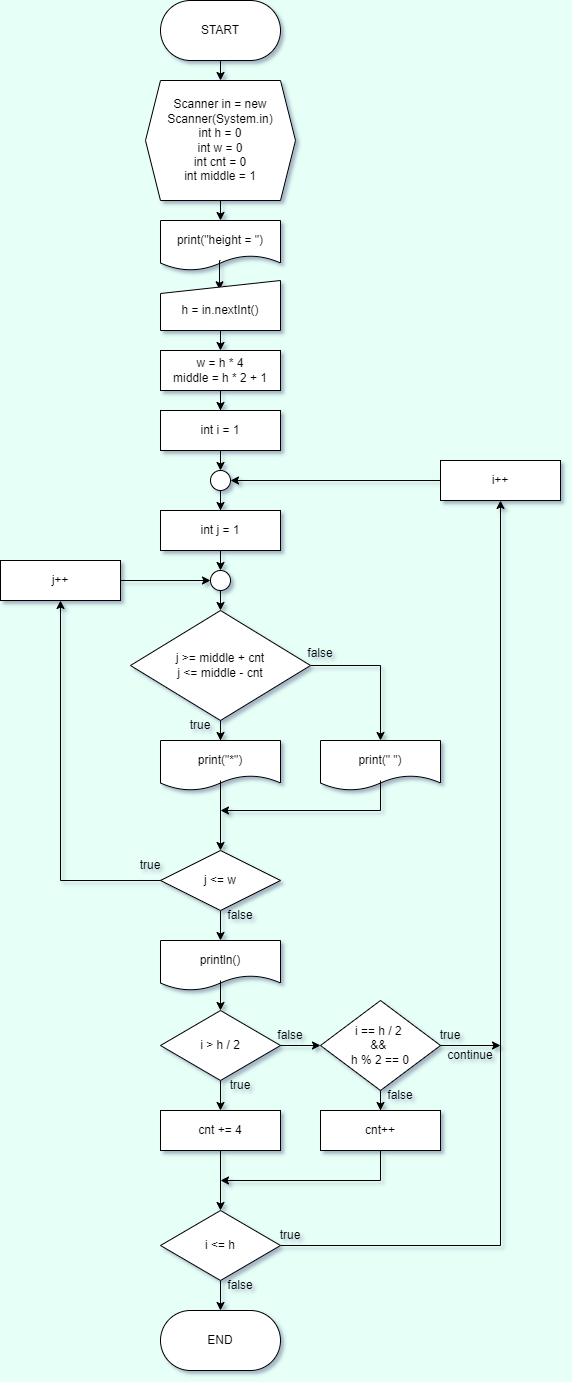
Earlier version of the draw.io export src/FlowChartImage/MakeShape_6.png (RepiDot/Individual). Source tidied: cells renumbered, new cells last; positions are measured from the earlier drawing's top-left corner, leaving out a move shared by most shapes. The source it was exported from:
```xml
<mxGraphModel background="#E6FFF7" shadow="1">
  <root>
    <mxCell id="0" />
    <mxCell id="1" parent="0" />
    <mxCell id="2" style="rounded=1;whiteSpace=wrap;html=1;arcSize=50;" parent="1" vertex="1">
      <mxGeometry x="160" width="120" height="60" as="geometry" />
    </mxCell>
    <mxCell id="3" style="edgeStyle=orthogonalEdgeStyle;rounded=0;jettySize=auto;html=1;exitX=0.5;exitY=1;exitDx=0;exitDy=0;entryX=0.5;entryY=0;entryDx=0;entryDy=0;" parent="1" edge="1" source="4" target="6">
      <mxGeometry relative="1" as="geometry" />
    </mxCell>
    <mxCell id="4" value="START" style="text;html=1;strokeColor=none;fillColor=none;align=center;verticalAlign=middle;whiteSpace=wrap;rounded=0;" parent="1" vertex="1">
      <mxGeometry x="160" width="120" height="60" as="geometry" />
    </mxCell>
    <mxCell id="5" style="edgeStyle=orthogonalEdgeStyle;rounded=0;jettySize=auto;html=1;exitX=0.5;exitY=1;exitDx=0;exitDy=0;entryX=0.5;entryY=0;entryDx=0;entryDy=0;" parent="1" edge="1" source="6" target="7">
      <mxGeometry relative="1" as="geometry" />
    </mxCell>
    <mxCell id="6" value="Scanner in = new Scanner(System.in)&lt;br&gt;int h = 0&lt;br&gt;int w = 0&lt;br&gt;int cnt = 0&lt;br&gt;int middle = 1" style="shape=hexagon;perimeter=hexagonPerimeter2;whiteSpace=wrap;html=1;fixedSize=1;size=15;" parent="1" vertex="1">
      <mxGeometry x="145" y="80" width="150" height="120" as="geometry" />
    </mxCell>
    <mxCell id="7" style="shape=document;whiteSpace=wrap;html=1;boundedLbl=1;" parent="1" vertex="1">
      <mxGeometry x="160" y="220" width="120" height="50" as="geometry" />
    </mxCell>
    <mxCell id="8" style="edgeStyle=orthogonalEdgeStyle;rounded=0;jettySize=auto;html=1;exitX=0.5;exitY=1;exitDx=0;exitDy=0;entryX=0.492;entryY=0.186;entryDx=0;entryDy=0;entryPerimeter=0;" parent="1" edge="1" source="9" target="10">
      <mxGeometry relative="1" as="geometry" />
    </mxCell>
    <mxCell id="9" value="print(&quot;height = &quot;)" style="text;html=1;strokeColor=none;fillColor=none;align=center;verticalAlign=middle;whiteSpace=wrap;rounded=0;" parent="1" vertex="1">
      <mxGeometry x="160" y="220" width="120" height="40" as="geometry" />
    </mxCell>
    <mxCell id="10" style="shape=manualInput;whiteSpace=wrap;html=1;size=13;" parent="1" vertex="1">
      <mxGeometry x="160" y="280" width="120" height="50" as="geometry" />
    </mxCell>
    <mxCell id="11" style="edgeStyle=orthogonalEdgeStyle;rounded=0;jettySize=auto;html=1;exitX=0.5;exitY=1;exitDx=0;exitDy=0;entryX=0.5;entryY=0;entryDx=0;entryDy=0;" parent="1" edge="1" source="12" target="13">
      <mxGeometry relative="1" as="geometry" />
    </mxCell>
    <mxCell id="12" value="h = in.nextInt()" style="text;html=1;strokeColor=none;fillColor=none;align=center;verticalAlign=middle;whiteSpace=wrap;rounded=0;" parent="1" vertex="1">
      <mxGeometry x="160" y="290" width="120" height="40" as="geometry" />
    </mxCell>
    <mxCell id="13" style="rounded=0;whiteSpace=wrap;html=1;" parent="1" vertex="1">
      <mxGeometry x="160" y="350" width="120" height="40" as="geometry" />
    </mxCell>
    <mxCell id="14" style="edgeStyle=orthogonalEdgeStyle;rounded=0;jettySize=auto;html=1;entryX=0.5;entryY=0;entryDx=0;entryDy=0;" parent="1" edge="1" source="15" target="20">
      <mxGeometry relative="1" as="geometry" />
    </mxCell>
    <mxCell id="15" value="w = h * 4&lt;br&gt;middle = h * 2 + 1" style="text;html=1;strokeColor=none;fillColor=none;align=center;verticalAlign=middle;whiteSpace=wrap;rounded=0;" parent="1" vertex="1">
      <mxGeometry x="160" y="350" width="120" height="40" as="geometry" />
    </mxCell>
    <mxCell id="16" style="edgeStyle=orthogonalEdgeStyle;rounded=0;jettySize=auto;html=1;" parent="1" edge="1" source="17" target="23">
      <mxGeometry relative="1" as="geometry" />
    </mxCell>
    <mxCell id="17" style="ellipse;whiteSpace=wrap;html=1;" parent="1" vertex="1">
      <mxGeometry x="210" y="470" width="20" height="20" as="geometry" />
    </mxCell>
    <mxCell id="18" style="rounded=0;whiteSpace=wrap;html=1;" parent="1" vertex="1">
      <mxGeometry x="160" y="410" width="120" height="40" as="geometry" />
    </mxCell>
    <mxCell id="19" style="edgeStyle=orthogonalEdgeStyle;rounded=0;jettySize=auto;html=1;exitX=0.5;exitY=1;exitDx=0;exitDy=0;entryX=0.5;entryY=0;entryDx=0;entryDy=0;" parent="1" edge="1" source="20" target="17">
      <mxGeometry relative="1" as="geometry" />
    </mxCell>
    <mxCell id="20" value="int i = 1" style="text;html=1;strokeColor=none;fillColor=none;align=center;verticalAlign=middle;whiteSpace=wrap;rounded=0;" parent="1" vertex="1">
      <mxGeometry x="160" y="410" width="120" height="40" as="geometry" />
    </mxCell>
    <mxCell id="21" style="rounded=0;whiteSpace=wrap;html=1;" parent="1" vertex="1">
      <mxGeometry x="160" y="510" width="120" height="40" as="geometry" />
    </mxCell>
    <mxCell id="22" style="edgeStyle=orthogonalEdgeStyle;rounded=0;jettySize=auto;html=1;exitX=0.5;exitY=1;exitDx=0;exitDy=0;entryX=0.5;entryY=0;entryDx=0;entryDy=0;" parent="1" edge="1" source="23" target="25">
      <mxGeometry relative="1" as="geometry" />
    </mxCell>
    <mxCell id="23" value="int j = 1" style="text;html=1;strokeColor=none;fillColor=none;align=center;verticalAlign=middle;whiteSpace=wrap;rounded=0;" parent="1" vertex="1">
      <mxGeometry x="160" y="510" width="120" height="40" as="geometry" />
    </mxCell>
    <mxCell id="24" style="edgeStyle=orthogonalEdgeStyle;rounded=0;jettySize=auto;html=1;exitX=0.5;exitY=1;exitDx=0;exitDy=0;entryX=0.5;entryY=0;entryDx=0;entryDy=0;" parent="1" edge="1" source="25" target="28">
      <mxGeometry relative="1" as="geometry" />
    </mxCell>
    <mxCell id="25" style="ellipse;whiteSpace=wrap;html=1;" parent="1" vertex="1">
      <mxGeometry x="210" y="570" width="20" height="20" as="geometry" />
    </mxCell>
    <mxCell id="26" style="edgeStyle=orthogonalEdgeStyle;rounded=0;jettySize=auto;html=1;entryX=0.5;entryY=0;entryDx=0;entryDy=0;" parent="1" edge="1" source="28" target="32">
      <mxGeometry relative="1" as="geometry" />
    </mxCell>
    <mxCell id="27" style="edgeStyle=orthogonalEdgeStyle;rounded=0;jettySize=auto;html=1;exitX=1;exitY=0.5;exitDx=0;exitDy=0;entryX=0.5;entryY=0;entryDx=0;entryDy=0;" parent="1" edge="1" source="28" target="36">
      <mxGeometry relative="1" as="geometry" />
    </mxCell>
    <mxCell id="28" style="rhombus;whiteSpace=wrap;html=1;" parent="1" vertex="1">
      <mxGeometry x="130" y="610" width="180" height="110" as="geometry" />
    </mxCell>
    <mxCell id="29" value="j &amp;gt;= middle + cnt&lt;br&gt;j &amp;lt;= middle - cnt" style="text;html=1;strokeColor=none;fillColor=none;align=center;verticalAlign=middle;whiteSpace=wrap;rounded=0;" parent="1" vertex="1">
      <mxGeometry x="160" y="637.5" width="120" height="55" as="geometry" />
    </mxCell>
    <mxCell id="30" style="shape=document;whiteSpace=wrap;html=1;boundedLbl=1;" parent="1" vertex="1">
      <mxGeometry x="160" y="740" width="120" height="50" as="geometry" />
    </mxCell>
    <mxCell id="31" style="edgeStyle=orthogonalEdgeStyle;rounded=0;jettySize=auto;html=1;exitX=0.5;exitY=1;exitDx=0;exitDy=0;entryX=0.5;entryY=0;entryDx=0;entryDy=0;" parent="1" edge="1" source="32" target="42">
      <mxGeometry relative="1" as="geometry" />
    </mxCell>
    <mxCell id="32" value="print(&quot;*&quot;)" style="text;html=1;strokeColor=none;fillColor=none;align=center;verticalAlign=middle;whiteSpace=wrap;rounded=0;" parent="1" vertex="1">
      <mxGeometry x="160" y="740" width="120" height="40" as="geometry" />
    </mxCell>
    <mxCell id="33" value="true" style="text;html=1;strokeColor=none;fillColor=none;align=center;verticalAlign=middle;whiteSpace=wrap;rounded=0;" parent="1" vertex="1">
      <mxGeometry x="170" y="710" width="60" height="30" as="geometry" />
    </mxCell>
    <mxCell id="34" style="shape=document;whiteSpace=wrap;html=1;boundedLbl=1;" parent="1" vertex="1">
      <mxGeometry x="320" y="740" width="120" height="50" as="geometry" />
    </mxCell>
    <mxCell id="35" style="edgeStyle=orthogonalEdgeStyle;rounded=0;jettySize=auto;html=1;exitX=0.5;exitY=1;exitDx=0;exitDy=0;" parent="1" edge="1" source="36">
      <mxGeometry relative="1" as="geometry">
        <mxPoint x="220" y="810" as="targetPoint" />
        <Array as="points">
          <mxPoint x="380" y="810" />
        </Array>
      </mxGeometry>
    </mxCell>
    <mxCell id="36" value="print(&quot; &quot;)" style="text;html=1;strokeColor=none;fillColor=none;align=center;verticalAlign=middle;whiteSpace=wrap;rounded=0;" parent="1" vertex="1">
      <mxGeometry x="320" y="740" width="120" height="40" as="geometry" />
    </mxCell>
    <mxCell id="37" value="false" style="text;html=1;strokeColor=none;fillColor=none;align=center;verticalAlign=middle;whiteSpace=wrap;rounded=0;" parent="1" vertex="1">
      <mxGeometry x="290" y="637.5" width="60" height="30" as="geometry" />
    </mxCell>
    <mxCell id="38" style="shape=document;whiteSpace=wrap;html=1;boundedLbl=1;" parent="1" vertex="1">
      <mxGeometry x="160" y="940" width="120" height="50" as="geometry" />
    </mxCell>
    <mxCell id="39" style="edgeStyle=orthogonalEdgeStyle;rounded=0;jettySize=auto;html=1;exitX=0.5;exitY=1;exitDx=0;exitDy=0;entryX=0.5;entryY=0;entryDx=0;entryDy=0;" parent="1" edge="1" source="40" target="51">
      <mxGeometry relative="1" as="geometry" />
    </mxCell>
    <mxCell id="40" value="println()" style="text;html=1;strokeColor=none;fillColor=none;align=center;verticalAlign=middle;whiteSpace=wrap;rounded=0;" parent="1" vertex="1">
      <mxGeometry x="160" y="940" width="120" height="40" as="geometry" />
    </mxCell>
    <mxCell id="41" style="edgeStyle=orthogonalEdgeStyle;rounded=0;jettySize=auto;html=1;entryX=0.5;entryY=0;entryDx=0;entryDy=0;" parent="1" edge="1" source="42" target="40">
      <mxGeometry relative="1" as="geometry" />
    </mxCell>
    <mxCell id="42" style="rhombus;whiteSpace=wrap;html=1;" parent="1" vertex="1">
      <mxGeometry x="160" y="850" width="120" height="60" as="geometry" />
    </mxCell>
    <mxCell id="43" style="edgeStyle=orthogonalEdgeStyle;rounded=0;jettySize=auto;html=1;exitX=0;exitY=0.5;exitDx=0;exitDy=0;entryX=0.5;entryY=1;entryDx=0;entryDy=0;" parent="1" edge="1" source="44" target="47">
      <mxGeometry relative="1" as="geometry" />
    </mxCell>
    <mxCell id="44" value="j &amp;lt;= w" style="text;html=1;strokeColor=none;fillColor=none;align=center;verticalAlign=middle;whiteSpace=wrap;rounded=0;" parent="1" vertex="1">
      <mxGeometry x="160" y="860" width="120" height="40" as="geometry" />
    </mxCell>
    <mxCell id="45" style="rounded=0;whiteSpace=wrap;html=1;" parent="1" vertex="1">
      <mxGeometry y="560" width="120" height="40" as="geometry" />
    </mxCell>
    <mxCell id="46" style="edgeStyle=orthogonalEdgeStyle;rounded=0;jettySize=auto;html=1;exitX=1;exitY=0.5;exitDx=0;exitDy=0;entryX=0;entryY=0.5;entryDx=0;entryDy=0;" parent="1" edge="1" source="47" target="25">
      <mxGeometry relative="1" as="geometry" />
    </mxCell>
    <mxCell id="47" value="j++" style="text;html=1;strokeColor=none;fillColor=none;align=center;verticalAlign=middle;whiteSpace=wrap;rounded=0;" parent="1" vertex="1">
      <mxGeometry y="560" width="120" height="40" as="geometry" />
    </mxCell>
    <mxCell id="48" value="true" style="text;html=1;strokeColor=none;fillColor=none;align=center;verticalAlign=middle;whiteSpace=wrap;rounded=0;" parent="1" vertex="1">
      <mxGeometry x="120" y="850" width="60" height="30" as="geometry" />
    </mxCell>
    <mxCell id="49" value="false" style="text;html=1;strokeColor=none;fillColor=none;align=center;verticalAlign=middle;whiteSpace=wrap;rounded=0;" parent="1" vertex="1">
      <mxGeometry x="210" y="900" width="60" height="30" as="geometry" />
    </mxCell>
    <mxCell id="50" style="edgeStyle=orthogonalEdgeStyle;rounded=0;jettySize=auto;html=1;" parent="1" edge="1" source="51" target="54">
      <mxGeometry relative="1" as="geometry" />
    </mxCell>
    <mxCell id="51" style="rhombus;whiteSpace=wrap;html=1;" parent="1" vertex="1">
      <mxGeometry x="160" y="1010" width="120" height="70" as="geometry" />
    </mxCell>
    <mxCell id="52" style="edgeStyle=orthogonalEdgeStyle;rounded=0;jettySize=auto;html=1;" parent="1" edge="1" source="53" target="59">
      <mxGeometry relative="1" as="geometry" />
    </mxCell>
    <mxCell id="53" value="i &amp;gt; h / 2" style="text;html=1;strokeColor=none;fillColor=none;align=center;verticalAlign=middle;whiteSpace=wrap;rounded=0;" parent="1" vertex="1">
      <mxGeometry x="160" y="1025" width="120" height="40" as="geometry" />
    </mxCell>
    <mxCell id="54" style="whiteSpace=wrap;html=1;" parent="1" vertex="1">
      <mxGeometry x="160" y="1110" width="120" height="40" as="geometry" />
    </mxCell>
    <mxCell id="55" style="edgeStyle=orthogonalEdgeStyle;rounded=0;jettySize=auto;html=1;" parent="1" edge="1" source="56" target="66">
      <mxGeometry relative="1" as="geometry" />
    </mxCell>
    <mxCell id="56" value="cnt += 4" style="text;html=1;strokeColor=none;fillColor=none;align=center;verticalAlign=middle;whiteSpace=wrap;rounded=0;" parent="1" vertex="1">
      <mxGeometry x="160" y="1110" width="120" height="40" as="geometry" />
    </mxCell>
    <mxCell id="57" value="true" style="text;html=1;strokeColor=none;fillColor=none;align=center;verticalAlign=middle;whiteSpace=wrap;rounded=0;" parent="1" vertex="1">
      <mxGeometry x="210" y="1070" width="60" height="30" as="geometry" />
    </mxCell>
    <mxCell id="58" style="edgeStyle=orthogonalEdgeStyle;rounded=0;jettySize=auto;html=1;" parent="1" edge="1" source="59" target="72">
      <mxGeometry relative="1" as="geometry" />
    </mxCell>
    <mxCell id="59" style="rhombus;whiteSpace=wrap;html=1;" parent="1" vertex="1">
      <mxGeometry x="320" y="1000" width="120" height="90" as="geometry" />
    </mxCell>
    <mxCell id="60" style="edgeStyle=orthogonalEdgeStyle;rounded=0;jettySize=auto;html=1;exitX=1;exitY=0.5;exitDx=0;exitDy=0;" parent="1" edge="1" source="61">
      <mxGeometry relative="1" as="geometry">
        <mxPoint x="500" y="1045" as="targetPoint" />
      </mxGeometry>
    </mxCell>
    <mxCell id="61" value="i == h / 2 &lt;br&gt;&amp;amp;&amp;amp; &lt;br&gt;h % 2 == 0" style="text;html=1;strokeColor=none;fillColor=none;align=center;verticalAlign=middle;whiteSpace=wrap;rounded=0;" parent="1" vertex="1">
      <mxGeometry x="320" y="1025" width="120" height="40" as="geometry" />
    </mxCell>
    <mxCell id="62" value="true" style="text;html=1;strokeColor=none;fillColor=none;align=center;verticalAlign=middle;whiteSpace=wrap;rounded=0;" parent="1" vertex="1">
      <mxGeometry x="420" y="1020" width="60" height="30" as="geometry" />
    </mxCell>
    <mxCell id="63" value="false" style="text;html=1;strokeColor=none;fillColor=none;align=center;verticalAlign=middle;whiteSpace=wrap;rounded=0;" parent="1" vertex="1">
      <mxGeometry x="370" y="1080" width="60" height="30" as="geometry" />
    </mxCell>
    <mxCell id="64" style="edgeStyle=orthogonalEdgeStyle;rounded=0;jettySize=auto;html=1;entryX=0.5;entryY=1;entryDx=0;entryDy=0;" parent="1" edge="1" source="66" target="70">
      <mxGeometry relative="1" as="geometry" />
    </mxCell>
    <mxCell id="65" style="edgeStyle=orthogonalEdgeStyle;rounded=0;jettySize=auto;html=1;exitX=0.5;exitY=1;exitDx=0;exitDy=0;entryX=0.5;entryY=0;entryDx=0;entryDy=0;" parent="1" edge="1" source="66" target="79">
      <mxGeometry relative="1" as="geometry" />
    </mxCell>
    <mxCell id="66" style="rhombus;whiteSpace=wrap;html=1;" parent="1" vertex="1">
      <mxGeometry x="160" y="1210" width="120" height="70" as="geometry" />
    </mxCell>
    <mxCell id="67" value="i &amp;lt;= h" style="text;html=1;strokeColor=none;fillColor=none;align=center;verticalAlign=middle;whiteSpace=wrap;rounded=0;" parent="1" vertex="1">
      <mxGeometry x="160" y="1225" width="120" height="40" as="geometry" />
    </mxCell>
    <mxCell id="68" style="edgeStyle=orthogonalEdgeStyle;rounded=0;jettySize=auto;html=1;entryX=1;entryY=0.5;entryDx=0;entryDy=0;" parent="1" edge="1" source="69" target="17">
      <mxGeometry relative="1" as="geometry" />
    </mxCell>
    <mxCell id="69" style="rounded=0;whiteSpace=wrap;html=1;" parent="1" vertex="1">
      <mxGeometry x="440" y="460" width="120" height="40" as="geometry" />
    </mxCell>
    <mxCell id="70" value="i++" style="text;html=1;strokeColor=none;fillColor=none;align=center;verticalAlign=middle;whiteSpace=wrap;rounded=0;" parent="1" vertex="1">
      <mxGeometry x="440" y="460" width="120" height="40" as="geometry" />
    </mxCell>
    <mxCell id="71" value="continue" style="text;html=1;strokeColor=none;fillColor=none;align=center;verticalAlign=middle;whiteSpace=wrap;rounded=0;" parent="1" vertex="1">
      <mxGeometry x="440" y="1040" width="60" height="30" as="geometry" />
    </mxCell>
    <mxCell id="72" style="whiteSpace=wrap;html=1;" parent="1" vertex="1">
      <mxGeometry x="320" y="1110" width="120" height="40" as="geometry" />
    </mxCell>
    <mxCell id="73" value="false" style="text;html=1;strokeColor=none;fillColor=none;align=center;verticalAlign=middle;whiteSpace=wrap;rounded=0;" parent="1" vertex="1">
      <mxGeometry x="260" y="1020" width="60" height="30" as="geometry" />
    </mxCell>
    <mxCell id="74" style="edgeStyle=orthogonalEdgeStyle;rounded=0;jettySize=auto;html=1;exitX=0.5;exitY=1;exitDx=0;exitDy=0;" parent="1" edge="1" source="75">
      <mxGeometry relative="1" as="geometry">
        <mxPoint x="220" y="1180" as="targetPoint" />
        <Array as="points">
          <mxPoint x="380" y="1180" />
          <mxPoint x="220" y="1180" />
        </Array>
      </mxGeometry>
    </mxCell>
    <mxCell id="75" value="cnt++" style="text;html=1;strokeColor=none;fillColor=none;align=center;verticalAlign=middle;whiteSpace=wrap;rounded=0;" parent="1" vertex="1">
      <mxGeometry x="320" y="1110" width="120" height="40" as="geometry" />
    </mxCell>
    <mxCell id="76" value="true" style="text;html=1;strokeColor=none;fillColor=none;align=center;verticalAlign=middle;whiteSpace=wrap;rounded=0;" parent="1" vertex="1">
      <mxGeometry x="260" y="1220" width="60" height="30" as="geometry" />
    </mxCell>
    <mxCell id="77" value="false" style="text;html=1;strokeColor=none;fillColor=none;align=center;verticalAlign=middle;whiteSpace=wrap;rounded=0;" parent="1" vertex="1">
      <mxGeometry x="210" y="1270" width="60" height="30" as="geometry" />
    </mxCell>
    <mxCell id="78" style="rounded=1;whiteSpace=wrap;html=1;arcSize=50;" parent="1" vertex="1">
      <mxGeometry x="160" y="1310" width="120" height="60" as="geometry" />
    </mxCell>
    <mxCell id="79" value="END" style="text;html=1;strokeColor=none;fillColor=none;align=center;verticalAlign=middle;whiteSpace=wrap;rounded=0;" parent="1" vertex="1">
      <mxGeometry x="160" y="1310" width="120" height="60" as="geometry" />
    </mxCell>
  </root>
</mxGraphModel>
```
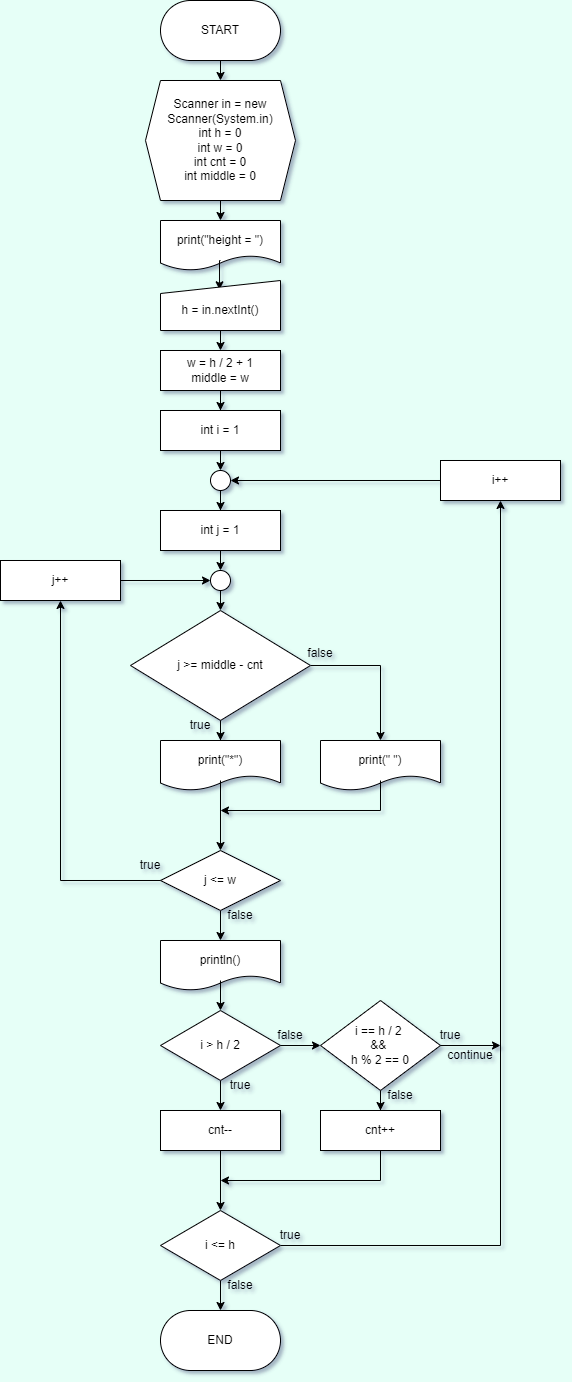
Later version of the same file.

Diff of the diagram source:
```diff
@@ -14,7 +14,7 @@
     <mxCell id="5" style="edgeStyle=orthogonalEdgeStyle;rounded=0;jettySize=auto;html=1;exitX=0.5;exitY=1;exitDx=0;exitDy=0;entryX=0.5;entryY=0;entryDx=0;entryDy=0;" parent="1" edge="1" source="6" target="7">
       <mxGeometry relative="1" as="geometry" />
     </mxCell>
-    <mxCell id="6" value="Scanner in = new Scanner(System.in)&lt;br&gt;int h = 0&lt;br&gt;int w = 0&lt;br&gt;int cnt = 0&lt;br&gt;int middle = 1" style="shape=hexagon;perimeter=hexagonPerimeter2;whiteSpace=wrap;html=1;fixedSize=1;size=15;" parent="1" vertex="1">
+    <mxCell id="6" value="Scanner in = new Scanner(System.in)&lt;br&gt;int h = 0&lt;br&gt;int w = 0&lt;br&gt;int cnt = 0&lt;br&gt;int middle = 0" style="shape=hexagon;perimeter=hexagonPerimeter2;whiteSpace=wrap;html=1;fixedSize=1;size=15;" parent="1" vertex="1">
       <mxGeometry x="145" y="80" width="150" height="120" as="geometry" />
     </mxCell>
     <mxCell id="7" style="shape=document;whiteSpace=wrap;html=1;boundedLbl=1;" parent="1" vertex="1">
@@ -41,7 +41,7 @@
     <mxCell id="14" style="edgeStyle=orthogonalEdgeStyle;rounded=0;jettySize=auto;html=1;entryX=0.5;entryY=0;entryDx=0;entryDy=0;" parent="1" edge="1" source="15" target="20">
       <mxGeometry relative="1" as="geometry" />
     </mxCell>
-    <mxCell id="15" value="w = h * 4&lt;br&gt;middle = h * 2 + 1" style="text;html=1;strokeColor=none;fillColor=none;align=center;verticalAlign=middle;whiteSpace=wrap;rounded=0;" parent="1" vertex="1">
+    <mxCell id="15" value="w = h / 2 + 1&lt;br&gt;middle = w" style="text;html=1;strokeColor=none;fillColor=none;align=center;verticalAlign=middle;whiteSpace=wrap;rounded=0;" parent="1" vertex="1">
       <mxGeometry x="160" y="350" width="120" height="40" as="geometry" />
     </mxCell>
     <mxCell id="16" style="edgeStyle=orthogonalEdgeStyle;rounded=0;jettySize=auto;html=1;" parent="1" edge="1" source="17" target="23">
@@ -83,7 +83,7 @@
     <mxCell id="28" style="rhombus;whiteSpace=wrap;html=1;" parent="1" vertex="1">
       <mxGeometry x="130" y="610" width="180" height="110" as="geometry" />
     </mxCell>
-    <mxCell id="29" value="j &amp;gt;= middle + cnt&lt;br&gt;j &amp;lt;= middle - cnt" style="text;html=1;strokeColor=none;fillColor=none;align=center;verticalAlign=middle;whiteSpace=wrap;rounded=0;" parent="1" vertex="1">
+    <mxCell id="29" value="j &amp;gt;= middle - cnt" style="text;html=1;strokeColor=none;fillColor=none;align=center;verticalAlign=middle;whiteSpace=wrap;rounded=0;" parent="1" vertex="1">
       <mxGeometry x="160" y="637.5" width="120" height="55" as="geometry" />
     </mxCell>
     <mxCell id="30" style="shape=document;whiteSpace=wrap;html=1;boundedLbl=1;" parent="1" vertex="1">
@@ -169,7 +169,7 @@
     <mxCell id="55" style="edgeStyle=orthogonalEdgeStyle;rounded=0;jettySize=auto;html=1;" parent="1" edge="1" source="56" target="66">
       <mxGeometry relative="1" as="geometry" />
     </mxCell>
-    <mxCell id="56" value="cnt += 4" style="text;html=1;strokeColor=none;fillColor=none;align=center;verticalAlign=middle;whiteSpace=wrap;rounded=0;" parent="1" vertex="1">
+    <mxCell id="56" value="cnt--" style="text;html=1;strokeColor=none;fillColor=none;align=center;verticalAlign=middle;whiteSpace=wrap;rounded=0;" parent="1" vertex="1">
       <mxGeometry x="160" y="1110" width="120" height="40" as="geometry" />
     </mxCell>
     <mxCell id="57" value="true" style="text;html=1;strokeColor=none;fillColor=none;align=center;verticalAlign=middle;whiteSpace=wrap;rounded=0;" parent="1" vertex="1">
```
